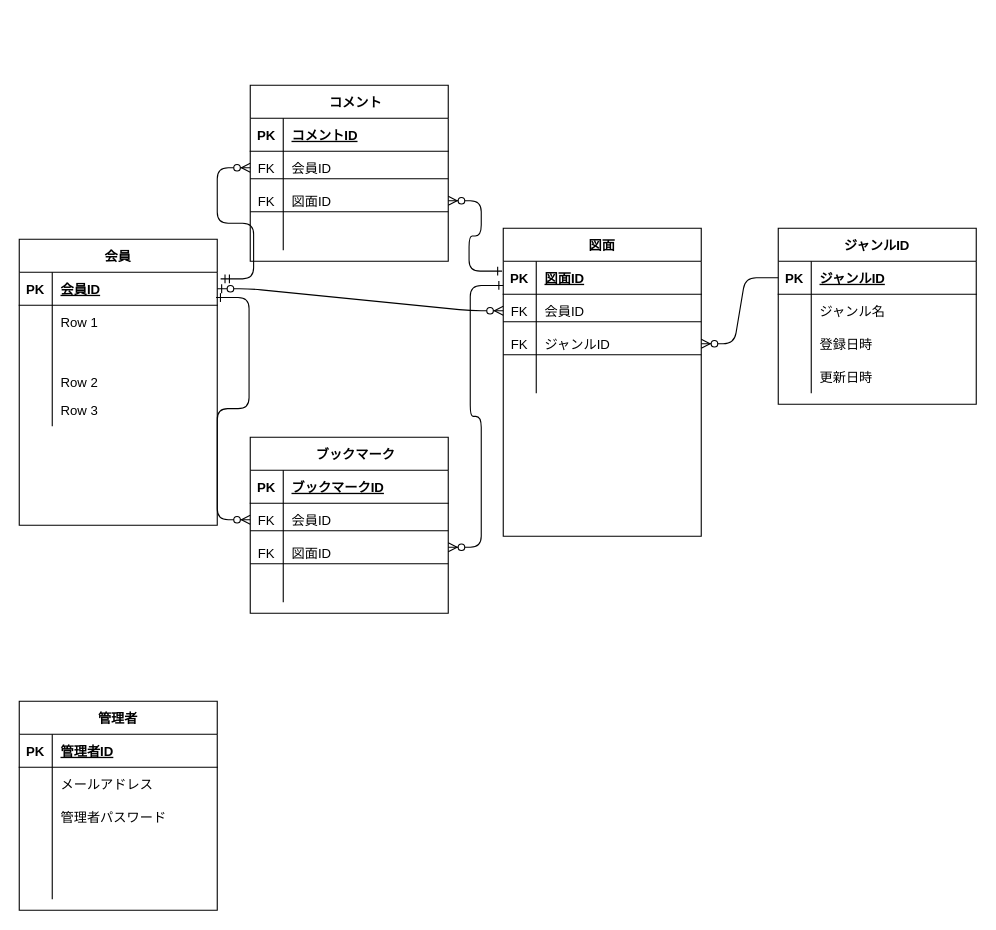
This is Untitled Diagram.drawio from raw7330/Bookers2-, a draw.io file, before an edit. Source tidied: cells renumbered, new cells numbered last; positions are measured from the earlier drawing's top-left corner, leaving out a move shared by most shapes. Both pictures are drawn from the tidied source at 110%, with x=0, y=0 at pixel (19, 85).
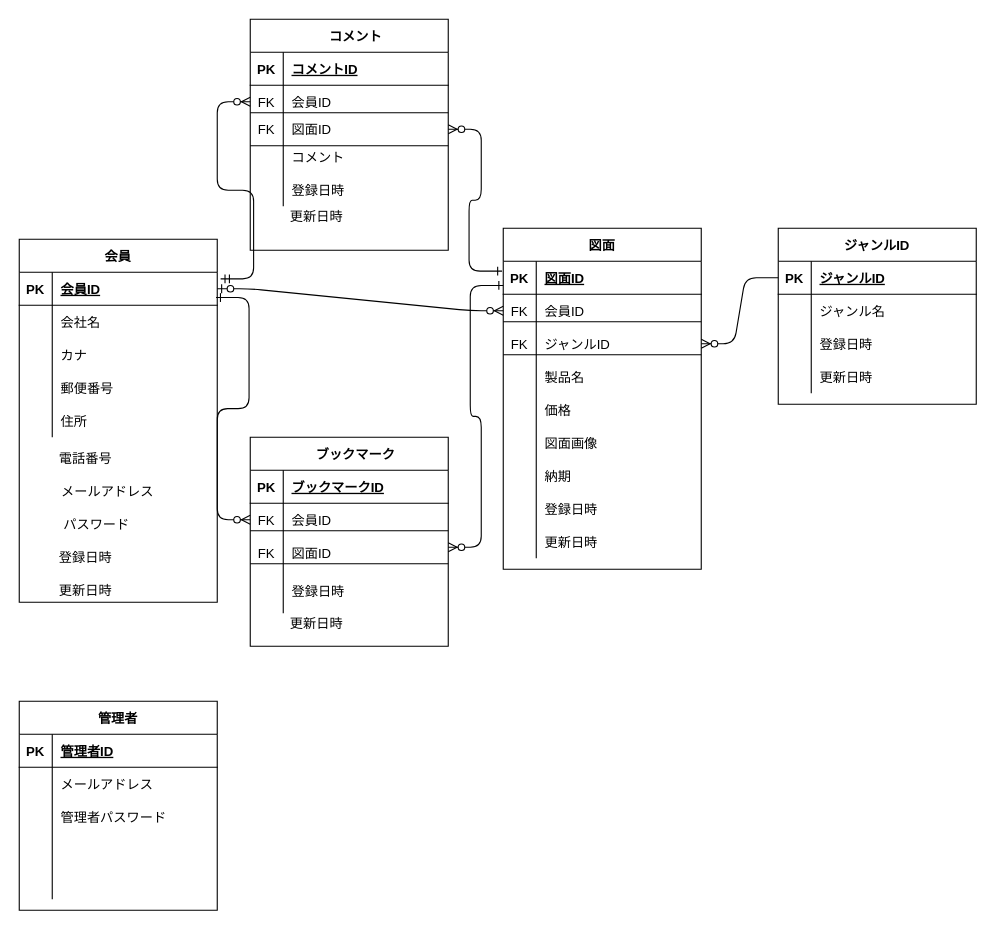
The same diagram, later.

Unchanged cells that the change refers to:
```xml
<mxCell id="6" style="shape=partialRectangle;fillColor=none;top=0;left=0;bottom=0;right=0;" parent="2" vertex="1">
  <mxGeometry y="60" width="180" height="30" as="geometry" />
</mxCell>
<mxCell id="9" style="shape=partialRectangle;fillColor=none;top=0;left=0;bottom=0;right=0;" parent="2" vertex="1">
  <mxGeometry y="90" width="180" height="30" as="geometry" />
</mxCell>
<mxCell id="54" style="shape=partialRectangle;fillColor=none;top=0;left=0;bottom=0;right=0;" parent="44" vertex="1">
  <mxGeometry y="120" width="180" height="30" as="geometry" />
</mxCell>
```

Change to the diagram source:
```diff
@@
     <mxCell id="2" value="会員" style="shape=table;startSize=30;childLayout=tableLayout;rowLines=0;fontStyle=1;align=center;" parent="1" vertex="1">
-      <mxGeometry y="140" width="180" height="260" as="geometry" />
+      <mxGeometry y="140" width="180" height="330" as="geometry" />
     </mxCell>
@@
-    <mxCell id="8" value="Row 1" style="shape=partialRectangle;fillColor=none;top=0;left=0;bottom=0;right=0;align=left;spacingLeft=6;overflow=hidden;" parent="6" vertex="1">
+    <mxCell id="8" value="会社名" style="shape=partialRectangle;fillColor=none;top=0;left=0;bottom=0;right=0;align=left;spacingLeft=6;overflow=hidden;" parent="6" vertex="1">
       <mxGeometry x="30" width="150" height="30" as="geometry" />
     </mxCell>
@@
-    <mxCell id="11" style="shape=partialRectangle;fillColor=none;top=0;left=0;bottom=0;right=0;align=left;spacingLeft=6;fontStyle=0;overflow=hidden;" parent="9" vertex="1">
+    <mxCell id="11" value="カナ" style="shape=partialRectangle;fillColor=none;top=0;left=0;bottom=0;right=0;align=left;spacingLeft=6;fontStyle=0;overflow=hidden;" parent="9" vertex="1">
       <mxGeometry x="30" width="150" height="30" as="geometry" />
     </mxCell>
     <mxCell id="12" style="shape=partialRectangle;fillColor=none;top=0;left=0;bottom=0;right=0;" parent="2" vertex="1">
-      <mxGeometry y="120" width="180" height="20" as="geometry" />
+      <mxGeometry y="120" width="180" height="30" as="geometry" />
     </mxCell>
     <mxCell id="13" style="shape=partialRectangle;fillColor=none;top=0;left=0;bottom=0;right=0;overflow=hidden;" parent="12" vertex="1">
-      <mxGeometry width="30" height="20" as="geometry" />
+      <mxGeometry width="30" height="30" as="geometry" />
     </mxCell>
-    <mxCell id="14" value="Row 2" style="shape=partialRectangle;fillColor=none;top=0;left=0;bottom=0;right=0;align=left;spacingLeft=6;overflow=hidden;" parent="12" vertex="1">
-      <mxGeometry x="30" width="150" height="20" as="geometry" />
+    <mxCell id="14" value="郵便番号" style="shape=partialRectangle;fillColor=none;top=0;left=0;bottom=0;right=0;align=left;spacingLeft=6;overflow=hidden;" parent="12" vertex="1">
+      <mxGeometry x="30" width="150" height="30" as="geometry" />
     </mxCell>
     <mxCell id="15" style="shape=partialRectangle;fillColor=none;top=0;left=0;bottom=0;right=0;" parent="2" vertex="1">
-      <mxGeometry y="140" width="180" height="30" as="geometry" />
+      <mxGeometry y="150" width="180" height="30" as="geometry" />
     </mxCell>
@@
-    <mxCell id="17" value="Row 3" style="shape=partialRectangle;fillColor=none;top=0;left=0;bottom=0;right=0;align=left;spacingLeft=6;overflow=hidden;" parent="15" vertex="1">
+    <mxCell id="17" value="住所" style="shape=partialRectangle;fillColor=none;top=0;left=0;bottom=0;right=0;align=left;spacingLeft=6;overflow=hidden;" parent="15" vertex="1">
       <mxGeometry x="30" width="150" height="30" as="geometry" />
     </mxCell>
     <mxCell id="18" value="　コメント" style="shape=table;startSize=30;childLayout=tableLayout;rowLines=0;fontStyle=1;align=center;" parent="1" vertex="1">
-      <mxGeometry x="210" width="180" height="160" as="geometry" />
+      <mxGeometry x="210" y="-60" width="180" height="210" as="geometry" />
     </mxCell>
@@
     <mxCell id="25" style="shape=partialRectangle;fillColor=none;top=0;left=0;bottom=0;right=0;points=[[0,0.5],[1,0.5]];portConstraint=eastwest;" parent="18" vertex="1">
-      <mxGeometry y="90" width="180" height="30" as="geometry" />
+      <mxGeometry y="90" width="180" height="20" as="geometry" />
     </mxCell>
     <mxCell id="26" value="FK" style="shape=partialRectangle;fillColor=none;top=0;left=0;bottom=0;right=0;overflow=hidden;" parent="25" vertex="1">
-      <mxGeometry width="30" height="30" as="geometry" />
+      <mxGeometry width="30" height="20" as="geometry" />
     </mxCell>
     <mxCell id="27" value="図面ID" style="shape=partialRectangle;fillColor=none;top=0;left=0;bottom=0;right=0;align=left;spacingLeft=6;overflow=hidden;" parent="25" vertex="1">
-      <mxGeometry x="30" width="150" height="30" as="geometry" />
+      <mxGeometry x="30" width="150" height="20" as="geometry" />
     </mxCell>
     <mxCell id="28" style="shape=partialRectangle;fillColor=none;top=0;left=0;bottom=0;right=0;" parent="18" vertex="1">
-      <mxGeometry y="120" width="180" height="30" as="geometry" />
+      <mxGeometry y="110" width="180" height="30" as="geometry" />
     </mxCell>
@@
-    <mxCell id="30" style="shape=partialRectangle;fillColor=none;top=0;left=0;bottom=0;right=0;align=left;spacingLeft=6;overflow=hidden;" parent="28" vertex="1">
+    <mxCell id="30" value="コメント" style="shape=partialRectangle;fillColor=none;top=0;left=0;bottom=0;right=0;align=left;spacingLeft=6;overflow=hidden;" parent="28" vertex="1">
       <mxGeometry x="30" width="150" height="30" as="geometry" />
     </mxCell>
+    <mxCell id="98" style="shape=partialRectangle;fillColor=none;top=0;left=0;bottom=0;right=0;" parent="18" vertex="1">
+      <mxGeometry y="140" width="180" height="30" as="geometry" />
+    </mxCell>
+    <mxCell id="99" style="shape=partialRectangle;fillColor=none;top=0;left=0;bottom=0;right=0;overflow=hidden;" parent="98" vertex="1">
+      <mxGeometry width="30" height="30" as="geometry" />
+    </mxCell>
+    <mxCell id="100" value="登録日時" style="shape=partialRectangle;fillColor=none;top=0;left=0;bottom=0;right=0;align=left;spacingLeft=6;overflow=hidden;" parent="98" vertex="1">
+      <mxGeometry x="30" width="150" height="30" as="geometry" />
+    </mxCell>
     <mxCell id="31" value="　ブックマーク" style="shape=table;startSize=30;childLayout=tableLayout;rowLines=0;fontStyle=1;align=center;" parent="1" vertex="1">
-      <mxGeometry x="210" y="320" width="180" height="160" as="geometry" />
+      <mxGeometry x="210" y="320" width="180" height="190" as="geometry" />
     </mxCell>
@@
     <mxCell id="41" style="shape=partialRectangle;fillColor=none;top=0;left=0;bottom=0;right=0;" parent="31" vertex="1">
-      <mxGeometry y="120" width="180" height="30" as="geometry" />
+      <mxGeometry y="120" width="180" height="40" as="geometry" />
     </mxCell>
     <mxCell id="42" style="shape=partialRectangle;fillColor=none;top=0;left=0;bottom=0;right=0;overflow=hidden;" parent="41" vertex="1">
-      <mxGeometry width="30" height="30" as="geometry" />
+      <mxGeometry width="30" height="40" as="geometry" />
     </mxCell>
-    <mxCell id="43" style="shape=partialRectangle;fillColor=none;top=0;left=0;bottom=0;right=0;align=left;spacingLeft=6;overflow=hidden;" parent="41" vertex="1">
-      <mxGeometry x="30" width="150" height="30" as="geometry" />
+    <mxCell id="43" value="登録日時" style="shape=partialRectangle;fillColor=none;top=0;left=0;bottom=0;right=0;align=left;spacingLeft=6;overflow=hidden;" parent="41" vertex="1">
+      <mxGeometry x="30" width="150" height="40" as="geometry" />
     </mxCell>
     <mxCell id="44" value="図面" style="shape=table;startSize=30;childLayout=tableLayout;rowLines=0;fontStyle=1;align=center;" parent="1" vertex="1">
-      <mxGeometry x="440" y="130" width="180" height="280" as="geometry" />
+      <mxGeometry x="440" y="130" width="180" height="310" as="geometry" />
     </mxCell>
@@
-    <mxCell id="56" style="shape=partialRectangle;fillColor=none;top=0;left=0;bottom=0;right=0;align=left;spacingLeft=6;overflow=hidden;" parent="54" vertex="1">
+    <mxCell id="56" value="製品名" style="shape=partialRectangle;fillColor=none;top=0;left=0;bottom=0;right=0;align=left;spacingLeft=6;overflow=hidden;" parent="54" vertex="1">
       <mxGeometry x="30" width="150" height="30" as="geometry" />
     </mxCell>
+    <mxCell id="101" style="shape=partialRectangle;fillColor=none;top=0;left=0;bottom=0;right=0;" parent="44" vertex="1">
+      <mxGeometry y="150" width="180" height="30" as="geometry" />
+    </mxCell>
+    <mxCell id="102" style="shape=partialRectangle;fillColor=none;top=0;left=0;bottom=0;right=0;overflow=hidden;" parent="101" vertex="1">
+      <mxGeometry width="30" height="30" as="geometry" />
+    </mxCell>
+    <mxCell id="103" value="価格" style="shape=partialRectangle;fillColor=none;top=0;left=0;bottom=0;right=0;align=left;spacingLeft=6;overflow=hidden;" parent="101" vertex="1">
+      <mxGeometry x="30" width="150" height="30" as="geometry" />
+    </mxCell>
+    <mxCell id="104" style="shape=partialRectangle;fillColor=none;top=0;left=0;bottom=0;right=0;" parent="44" vertex="1">
+      <mxGeometry y="180" width="180" height="30" as="geometry" />
+    </mxCell>
+    <mxCell id="105" style="shape=partialRectangle;fillColor=none;top=0;left=0;bottom=0;right=0;overflow=hidden;" parent="104" vertex="1">
+      <mxGeometry width="30" height="30" as="geometry" />
+    </mxCell>
+    <mxCell id="106" value="図面画像" style="shape=partialRectangle;fillColor=none;top=0;left=0;bottom=0;right=0;align=left;spacingLeft=6;overflow=hidden;" parent="104" vertex="1">
+      <mxGeometry x="30" width="150" height="30" as="geometry" />
+    </mxCell>
+    <mxCell id="107" style="shape=partialRectangle;fillColor=none;top=0;left=0;bottom=0;right=0;" parent="44" vertex="1">
+      <mxGeometry y="210" width="180" height="30" as="geometry" />
+    </mxCell>
+    <mxCell id="108" style="shape=partialRectangle;fillColor=none;top=0;left=0;bottom=0;right=0;overflow=hidden;" parent="107" vertex="1">
+      <mxGeometry width="30" height="30" as="geometry" />
+    </mxCell>
+    <mxCell id="109" value="納期" style="shape=partialRectangle;fillColor=none;top=0;left=0;bottom=0;right=0;align=left;spacingLeft=6;overflow=hidden;" parent="107" vertex="1">
+      <mxGeometry x="30" width="150" height="30" as="geometry" />
+    </mxCell>
+    <mxCell id="110" style="shape=partialRectangle;fillColor=none;top=0;left=0;bottom=0;right=0;" parent="44" vertex="1">
+      <mxGeometry y="240" width="180" height="30" as="geometry" />
+    </mxCell>
+    <mxCell id="111" style="shape=partialRectangle;fillColor=none;top=0;left=0;bottom=0;right=0;overflow=hidden;" parent="110" vertex="1">
+      <mxGeometry width="30" height="30" as="geometry" />
+    </mxCell>
+    <mxCell id="112" value="登録日時" style="shape=partialRectangle;fillColor=none;top=0;left=0;bottom=0;right=0;align=left;spacingLeft=6;overflow=hidden;" parent="110" vertex="1">
+      <mxGeometry x="30" width="150" height="30" as="geometry" />
+    </mxCell>
+    <mxCell id="113" style="shape=partialRectangle;fillColor=none;top=0;left=0;bottom=0;right=0;" parent="44" vertex="1">
+      <mxGeometry y="270" width="180" height="30" as="geometry" />
+    </mxCell>
+    <mxCell id="114" style="shape=partialRectangle;fillColor=none;top=0;left=0;bottom=0;right=0;overflow=hidden;" parent="113" vertex="1">
+      <mxGeometry width="30" height="30" as="geometry" />
+    </mxCell>
+    <mxCell id="115" value="更新日時" style="shape=partialRectangle;fillColor=none;top=0;left=0;bottom=0;right=0;align=left;spacingLeft=6;overflow=hidden;" parent="113" vertex="1">
+      <mxGeometry x="30" width="150" height="30" as="geometry" />
+    </mxCell>
@@
     <mxCell id="94" style="line;strokeWidth=1;dashed=0;labelPosition=right;align=left;verticalAlign=middle;spacingTop=0;spacingLeft=6;" parent="1" vertex="1">
-      <mxGeometry x="210" y="80" width="180" height="10" as="geometry" />
+      <mxGeometry x="210" y="20" width="180" height="10" as="geometry" />
     </mxCell>
     <mxCell id="95" style="line;strokeWidth=1;dashed=0;labelPosition=right;align=left;verticalAlign=middle;spacingTop=0;spacingLeft=6;" parent="1" vertex="1">
-      <mxGeometry x="210" y="110" width="180" height="10" as="geometry" />
+      <mxGeometry x="210" y="50" width="180" height="10" as="geometry" />
     </mxCell>
@@
+    <mxCell id="116" value="電話番号" style="text;html=1;align=center;verticalAlign=middle;" parent="1" vertex="1">
+      <mxGeometry x="30" y="330" width="60" height="20" as="geometry" />
+    </mxCell>
+    <mxCell id="117" value="メールアドレス" style="text;html=1;align=center;verticalAlign=middle;" parent="1" vertex="1">
+      <mxGeometry x="30" y="360" width="100" height="20" as="geometry" />
+    </mxCell>
+    <mxCell id="118" value="パスワード" style="text;html=1;align=center;verticalAlign=middle;" parent="1" vertex="1">
+      <mxGeometry x="30" y="390" width="80" height="20" as="geometry" />
+    </mxCell>
+    <mxCell id="119" value="登録日時" style="text;html=1;align=center;verticalAlign=middle;" parent="1" vertex="1">
+      <mxGeometry x="30" y="420" width="60" height="20" as="geometry" />
+    </mxCell>
+    <mxCell id="120" value="更新日時" style="text;html=1;align=center;verticalAlign=middle;" parent="1" vertex="1">
+      <mxGeometry x="30" y="450" width="60" height="20" as="geometry" />
+    </mxCell>
+    <mxCell id="121" value="更新日時" style="text;html=1;align=center;verticalAlign=middle;" parent="1" vertex="1">
+      <mxGeometry x="240" y="110" width="60" height="20" as="geometry" />
+    </mxCell>
+    <mxCell id="122" value="更新日時" style="text;html=1;align=center;verticalAlign=middle;" parent="1" vertex="1">
+      <mxGeometry x="240" y="480" width="60" height="20" as="geometry" />
+    </mxCell>
```
